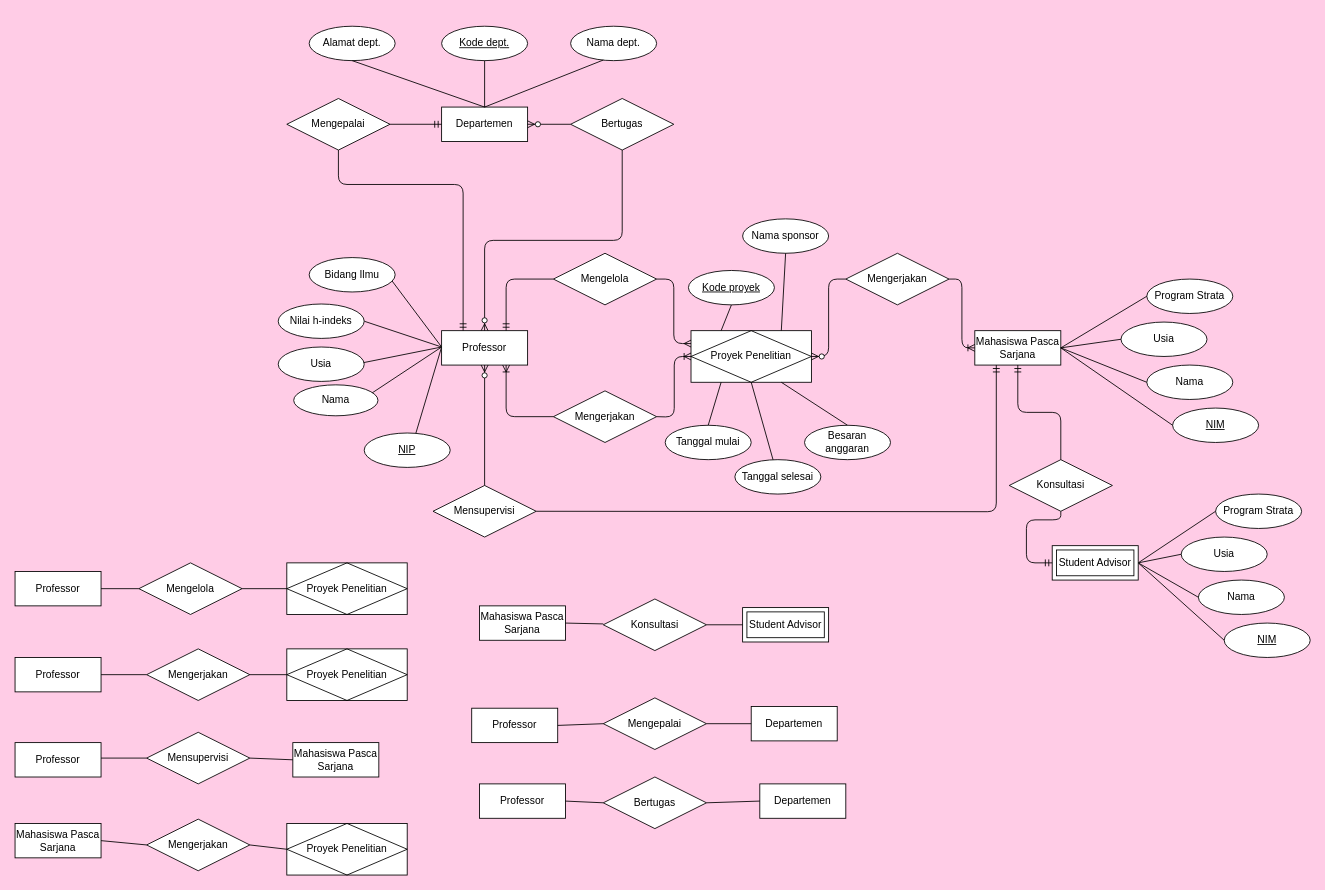
Before: diagram ERD.drawio in oktvindh/Tugas, a draw.io diagram. Source tidied: cells renumbered, new cells numbered last; positions are measured from the earlier drawing's top-left corner, leaving out a move shared by most shapes. Both pictures are drawn from the tidied source at 86%, with x=0, y=0 at pixel (15, 26).
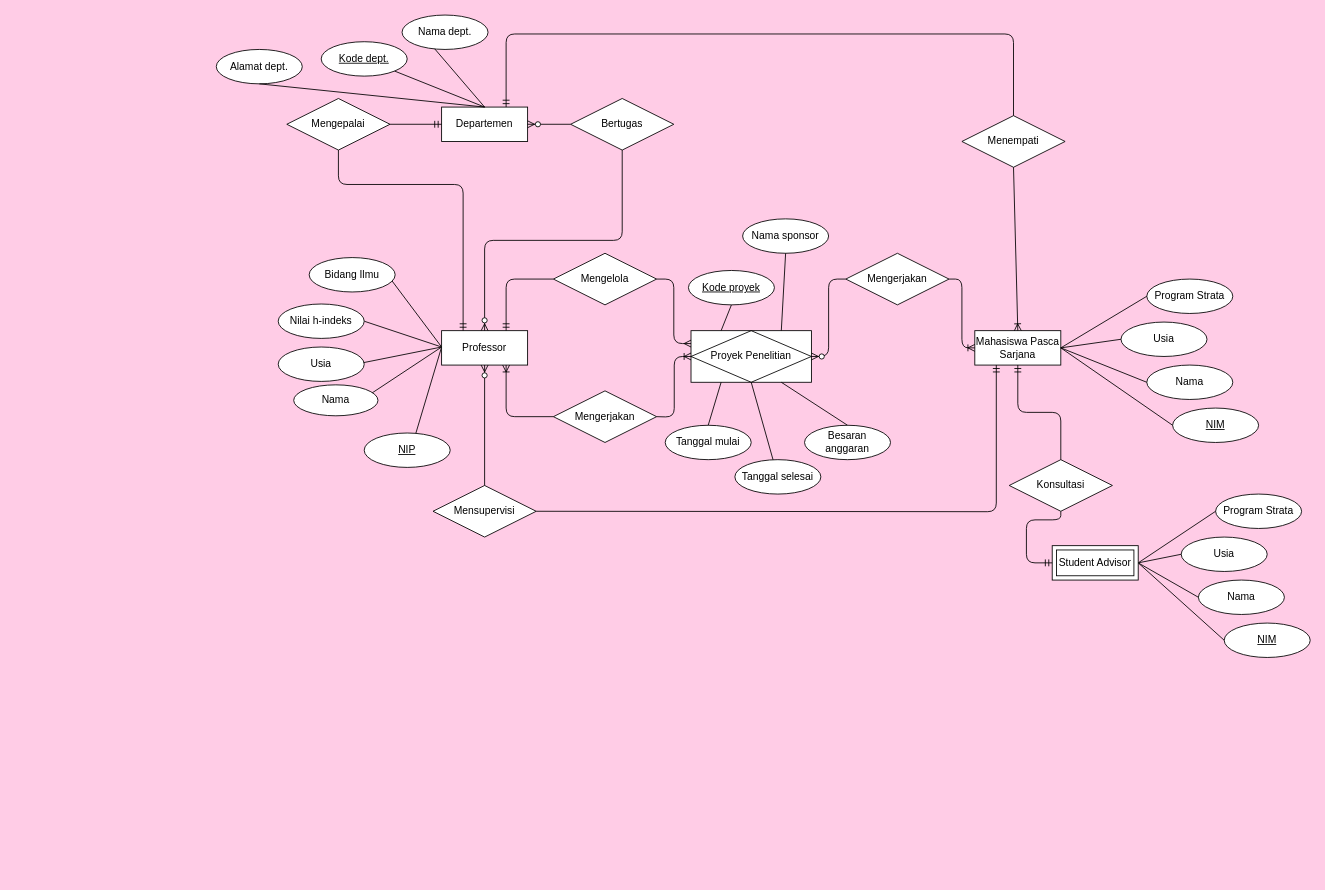
The same diagram, later.

Unchanged cells that the change refers to:
```xml
<mxCell id="2" style="group;" parent="1" vertex="1">
  <mxGeometry width="1506" height="987" as="geometry" />
</mxCell>
<mxCell id="3" value="Mahasiswa Pasca Sarjana" style="whiteSpace=wrap;html=1;align=center;" parent="2" vertex="1">
  <mxGeometry x="1116" y="354" width="100" height="40" as="geometry" />
</mxCell>
<mxCell id="13" value="Departemen" style="whiteSpace=wrap;html=1;align=center;" parent="2" vertex="1">
  <mxGeometry x="496" y="94" width="100" height="40" as="geometry" />
</mxCell>
```

Diff of the diagram source:
```diff
@@
     <mxCell id="56" value="Kode dept." style="ellipse;whiteSpace=wrap;html=1;align=center;fontStyle=4;" parent="2" vertex="1">
-      <mxGeometry x="496" width="100" height="40" as="geometry" />
+      <mxGeometry x="356" y="18" width="100" height="40" as="geometry" />
     </mxCell>
@@
     <mxCell id="58" value="Nama dept." style="ellipse;whiteSpace=wrap;html=1;align=center;" parent="2" vertex="1">
-      <mxGeometry x="646" width="100" height="40" as="geometry" />
+      <mxGeometry x="450" y="-13" width="100" height="40" as="geometry" />
     </mxCell>
     <mxCell id="59" value="Alamat dept." style="ellipse;whiteSpace=wrap;html=1;align=center;" parent="2" vertex="1">
-      <mxGeometry x="342" width="100" height="40" as="geometry" />
+      <mxGeometry x="234" y="27" width="100" height="40" as="geometry" />
     </mxCell>
@@
-    <mxCell id="72" value="Professor" style="whiteSpace=wrap;html=1;align=center;" parent="2" vertex="1">
-      <mxGeometry y="634" width="100" height="40" as="geometry" />
-    </mxCell>
-    <mxCell id="73" value="Mengelola" style="shape=rhombus;perimeter=rhombusPerimeter;whiteSpace=wrap;html=1;align=center;" parent="2" vertex="1">
-      <mxGeometry x="144" y="624" width="120" height="60" as="geometry" />
-    </mxCell>
-    <mxCell id="74" value="Proyek Penelitian" style="shape=associativeEntity;whiteSpace=wrap;html=1;align=center;" parent="2" vertex="1">
-      <mxGeometry x="316" y="624" width="140" height="60" as="geometry" />
-    </mxCell>
-    <mxCell id="75" value="Professor" style="whiteSpace=wrap;html=1;align=center;" parent="2" vertex="1">
-      <mxGeometry y="734" width="100" height="40" as="geometry" />
-    </mxCell>
-    <mxCell id="76" value="Mengerjakan" style="shape=rhombus;perimeter=rhombusPerimeter;whiteSpace=wrap;html=1;align=center;" parent="2" vertex="1">
-      <mxGeometry x="153" y="724" width="120" height="60" as="geometry" />
-    </mxCell>
-    <mxCell id="77" value="Proyek Penelitian" style="shape=associativeEntity;whiteSpace=wrap;html=1;align=center;" parent="2" vertex="1">
-      <mxGeometry x="316" y="724" width="140" height="60" as="geometry" />
-    </mxCell>
-    <mxCell id="78" value="Professor" style="whiteSpace=wrap;html=1;align=center;" parent="2" vertex="1">
-      <mxGeometry y="833" width="100" height="40" as="geometry" />
-    </mxCell>
-    <mxCell id="79" value="Mensupervisi" style="shape=rhombus;perimeter=rhombusPerimeter;whiteSpace=wrap;html=1;align=center;" parent="2" vertex="1">
-      <mxGeometry x="153" y="821" width="120" height="60" as="geometry" />
-    </mxCell>
-    <mxCell id="80" value="Mahasiswa Pasca Sarjana" style="whiteSpace=wrap;html=1;align=center;" parent="2" vertex="1">
-      <mxGeometry x="323" y="833" width="100" height="40" as="geometry" />
-    </mxCell>
-    <mxCell id="81" value="Mahasiswa Pasca Sarjana" style="whiteSpace=wrap;html=1;align=center;" parent="2" vertex="1">
-      <mxGeometry y="927" width="100" height="40" as="geometry" />
-    </mxCell>
-    <mxCell id="82" value="Mengerjakan" style="shape=rhombus;perimeter=rhombusPerimeter;whiteSpace=wrap;html=1;align=center;" parent="2" vertex="1">
-      <mxGeometry x="153" y="922" width="120" height="60" as="geometry" />
-    </mxCell>
-    <mxCell id="83" value="Proyek Penelitian" style="shape=associativeEntity;whiteSpace=wrap;html=1;align=center;" parent="2" vertex="1">
-      <mxGeometry x="316" y="927" width="140" height="60" as="geometry" />
-    </mxCell>
-    <mxCell id="84" value="Mahasiswa Pasca Sarjana" style="whiteSpace=wrap;html=1;align=center;" parent="2" vertex="1">
-      <mxGeometry x="540" y="674" width="100" height="40" as="geometry" />
-    </mxCell>
-    <mxCell id="85" value="Konsultasi" style="shape=rhombus;perimeter=rhombusPerimeter;whiteSpace=wrap;html=1;align=center;" parent="2" vertex="1">
-      <mxGeometry x="684" y="666" width="120" height="60" as="geometry" />
-    </mxCell>
-    <mxCell id="86" value="Student Advisor" style="shape=ext;margin=3;double=1;whiteSpace=wrap;html=1;align=center;" parent="2" vertex="1">
-      <mxGeometry x="846" y="676" width="100" height="40" as="geometry" />
-    </mxCell>
-    <mxCell id="87" value="Professor" style="whiteSpace=wrap;html=1;align=center;" parent="2" vertex="1">
-      <mxGeometry x="531" y="793" width="100" height="40" as="geometry" />
-    </mxCell>
-    <mxCell id="88" value="Professor" style="whiteSpace=wrap;html=1;align=center;" parent="2" vertex="1">
-      <mxGeometry x="540" y="881" width="100" height="40" as="geometry" />
-    </mxCell>
-    <mxCell id="89" value="Departemen" style="whiteSpace=wrap;html=1;align=center;" parent="2" vertex="1">
-      <mxGeometry x="856" y="791" width="100" height="40" as="geometry" />
-    </mxCell>
-    <mxCell id="90" value="Departemen" style="whiteSpace=wrap;html=1;align=center;" parent="2" vertex="1">
-      <mxGeometry x="866" y="881" width="100" height="40" as="geometry" />
-    </mxCell>
-    <mxCell id="91" value="Mengepalai" style="shape=rhombus;perimeter=rhombusPerimeter;whiteSpace=wrap;html=1;align=center;" parent="2" vertex="1">
-      <mxGeometry x="684" y="781" width="120" height="60" as="geometry" />
-    </mxCell>
-    <mxCell id="92" value="Bertugas" style="shape=rhombus;perimeter=rhombusPerimeter;whiteSpace=wrap;html=1;align=center;" parent="2" vertex="1">
-      <mxGeometry x="684" y="873" width="120" height="60" as="geometry" />
-    </mxCell>
-    <mxCell id="93" style="endArrow=none;html=1;exitX=1;exitY=0.5;exitDx=0;exitDy=0;entryX=0;entryY=0.5;entryDx=0;entryDy=0;" parent="2" edge="1" source="72" target="73">
-      <mxGeometry relative="1" as="geometry" />
-    </mxCell>
-    <mxCell id="94" style="endArrow=none;html=1;exitX=1;exitY=0.5;exitDx=0;exitDy=0;entryX=0;entryY=0.5;entryDx=0;entryDy=0;" parent="2" edge="1" source="73" target="74">
-      <mxGeometry relative="1" as="geometry" />
-    </mxCell>
-    <mxCell id="95" style="endArrow=none;html=1;entryX=0;entryY=0.5;entryDx=0;entryDy=0;exitX=1;exitY=0.5;exitDx=0;exitDy=0;" parent="2" edge="1" source="75" target="76">
-      <mxGeometry relative="1" as="geometry" />
-    </mxCell>
-    <mxCell id="96" style="endArrow=none;html=1;exitX=1;exitY=0.5;exitDx=0;exitDy=0;entryX=0;entryY=0.5;entryDx=0;entryDy=0;" parent="2" edge="1" source="76" target="77">
-      <mxGeometry relative="1" as="geometry" />
-    </mxCell>
-    <mxCell id="97" style="endArrow=none;html=1;entryX=0;entryY=0.5;entryDx=0;entryDy=0;" parent="2" edge="1" target="79">
-      <mxGeometry relative="1" as="geometry">
-        <mxPoint x="100" y="851" as="sourcePoint" />
-      </mxGeometry>
-    </mxCell>
-    <mxCell id="98" style="endArrow=none;html=1;entryX=0;entryY=0.5;entryDx=0;entryDy=0;exitX=1;exitY=0.5;exitDx=0;exitDy=0;" parent="2" edge="1" source="79" target="80">
-      <mxGeometry relative="1" as="geometry" />
-    </mxCell>
-    <mxCell id="99" style="edgeStyle=none;rounded=0;orthogonalLoop=1;jettySize=auto;html=1;entryX=1;entryY=0.5;entryDx=0;entryDy=0;" parent="2" edge="1" source="79" target="79">
-      <mxGeometry relative="1" as="geometry" />
-    </mxCell>
-    <mxCell id="100" style="endArrow=none;html=1;entryX=0;entryY=0.5;entryDx=0;entryDy=0;exitX=1;exitY=0.5;exitDx=0;exitDy=0;" parent="2" edge="1" source="81" target="82">
-      <mxGeometry relative="1" as="geometry" />
-    </mxCell>
-    <mxCell id="101" style="endArrow=none;html=1;entryX=0;entryY=0.5;entryDx=0;entryDy=0;exitX=1;exitY=0.5;exitDx=0;exitDy=0;" parent="2" edge="1" source="82" target="83">
-      <mxGeometry relative="1" as="geometry" />
-    </mxCell>
-    <mxCell id="102" style="endArrow=none;html=1;exitX=1;exitY=0.5;exitDx=0;exitDy=0;" parent="2" edge="1" source="84">
-      <mxGeometry relative="1" as="geometry">
-        <mxPoint x="684" y="695" as="targetPoint" />
-      </mxGeometry>
-    </mxCell>
-    <mxCell id="103" style="endArrow=none;html=1;exitX=1;exitY=0.5;exitDx=0;exitDy=0;entryX=0;entryY=0.5;entryDx=0;entryDy=0;" parent="2" edge="1" source="85" target="86">
-      <mxGeometry relative="1" as="geometry" />
-    </mxCell>
-    <mxCell id="104" style="endArrow=none;html=1;exitX=1;exitY=0.5;exitDx=0;exitDy=0;entryX=0;entryY=0.5;entryDx=0;entryDy=0;" parent="2" edge="1" source="87" target="91">
-      <mxGeometry relative="1" as="geometry" />
-    </mxCell>
-    <mxCell id="105" style="endArrow=none;html=1;exitX=1;exitY=0.5;exitDx=0;exitDy=0;entryX=0;entryY=0.5;entryDx=0;entryDy=0;" parent="2" edge="1" source="91" target="89">
-      <mxGeometry relative="1" as="geometry" />
-    </mxCell>
-    <mxCell id="106" style="endArrow=none;html=1;exitX=1;exitY=0.5;exitDx=0;exitDy=0;entryX=0;entryY=0.5;entryDx=0;entryDy=0;" parent="2" edge="1" source="88" target="92">
-      <mxGeometry relative="1" as="geometry" />
-    </mxCell>
-    <mxCell id="107" style="endArrow=none;html=1;exitX=1;exitY=0.5;exitDx=0;exitDy=0;entryX=0;entryY=0.5;entryDx=0;entryDy=0;" parent="2" edge="1" source="92" target="90">
-      <mxGeometry relative="1" as="geometry" />
-    </mxCell>
+    <mxCell id="108" value="Menempati" style="shape=rhombus;perimeter=rhombusPerimeter;whiteSpace=wrap;html=1;align=center;" parent="1" vertex="1">
+      <mxGeometry x="1101" y="104" width="120" height="60" as="geometry" />
+    </mxCell>
+    <mxCell id="109" style="fontSize=12;html=1;endArrow=ERmandOne;exitX=0.5;exitY=0;exitDx=0;exitDy=0;entryX=0.75;entryY=0;entryDx=0;entryDy=0;edgeStyle=orthogonalEdgeStyle;" parent="1" edge="1" source="108" target="13">
+      <mxGeometry relative="1" as="geometry">
+        <Array as="points">
+          <mxPoint x="1161" y="9" />
+          <mxPoint x="571" y="9" />
+        </Array>
+      </mxGeometry>
+    </mxCell>
+    <mxCell id="110" style="fontSize=12;html=1;endArrow=ERoneToMany;exitX=0.5;exitY=1;exitDx=0;exitDy=0;entryX=0.5;entryY=0;entryDx=0;entryDy=0;" parent="1" edge="1" source="108" target="3">
+      <mxGeometry relative="1" as="geometry" />
+    </mxCell>
```
